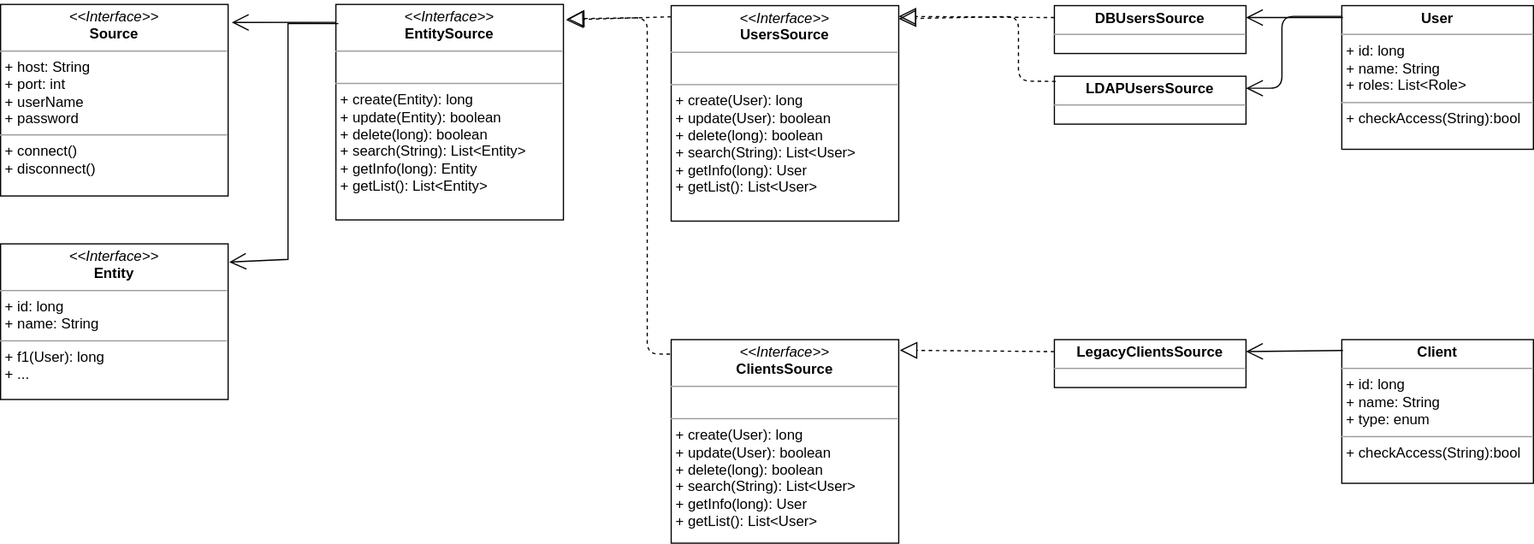
The draw.io diagram ClassDiagram.svg in LordOfPhys/project_x, before a commit. Source tidied: cells renumbered, new cells last; positions are measured from the earlier drawing's top-left corner, leaving out a move shared by most shapes.
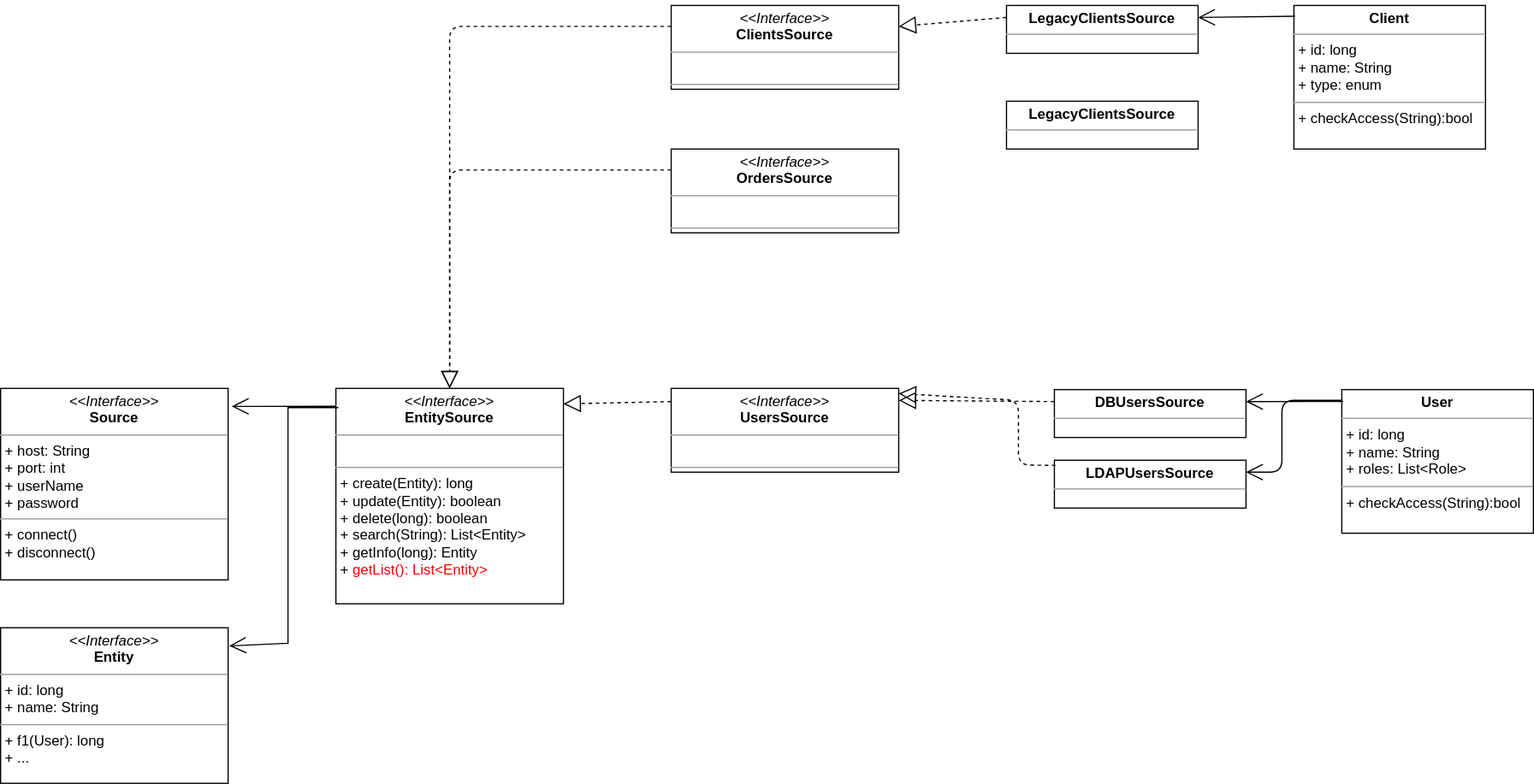
Above is the later version.

Diff of the diagram source:
```diff
@@ -2,8 +2,8 @@
   <root>
     <mxCell id="0" />
     <mxCell id="1" parent="0" />
-    <mxCell id="2" value="&lt;p style=&quot;margin: 0px ; margin-top: 4px ; text-align: center&quot;&gt;&lt;i&gt;&amp;lt;&amp;lt;Interface&amp;gt;&amp;gt;&lt;/i&gt;&lt;br&gt;&lt;b&gt;UsersSource&lt;/b&gt;&lt;/p&gt;&lt;hr size=&quot;1&quot;&gt;&lt;p style=&quot;margin: 0px ; margin-left: 4px&quot;&gt;&lt;br&gt;&lt;/p&gt;&lt;hr size=&quot;1&quot;&gt;&lt;p style=&quot;margin: 0px ; margin-left: 4px&quot;&gt;&lt;span&gt;+ create(User): long&lt;/span&gt;&lt;br&gt;&lt;/p&gt;&lt;p style=&quot;margin: 0px ; margin-left: 4px&quot;&gt;+ update(User): boolean&lt;/p&gt;&lt;p style=&quot;margin: 0px ; margin-left: 4px&quot;&gt;+ delete(long): boolean&lt;/p&gt;&lt;p style=&quot;margin: 0px ; margin-left: 4px&quot;&gt;+ search(String): List&amp;lt;User&amp;gt;&lt;/p&gt;&lt;p style=&quot;margin: 0px ; margin-left: 4px&quot;&gt;+ getInfo(long): User&lt;/p&gt;&lt;p style=&quot;margin: 0px ; margin-left: 4px&quot;&gt;+ getList(): List&amp;lt;User&amp;gt;&amp;nbsp;&lt;/p&gt;&lt;p style=&quot;margin: 0px ; margin-left: 4px&quot;&gt;&lt;br&gt;&lt;/p&gt;&lt;p style=&quot;margin: 0px ; margin-left: 4px&quot;&gt;&lt;br&gt;&lt;/p&gt;" style="verticalAlign=top;align=left;overflow=fill;fontSize=12;fontFamily=Helvetica;html=1;" parent="1" vertex="1">
-      <mxGeometry x="560" y="1" width="190" height="180" as="geometry" />
+    <mxCell id="2" value="&lt;p style=&quot;margin: 0px ; margin-top: 4px ; text-align: center&quot;&gt;&lt;i&gt;&amp;lt;&amp;lt;Interface&amp;gt;&amp;gt;&lt;/i&gt;&lt;br&gt;&lt;b&gt;UsersSource&lt;/b&gt;&lt;/p&gt;&lt;hr size=&quot;1&quot;&gt;&lt;p style=&quot;margin: 0px ; margin-left: 4px&quot;&gt;&lt;br&gt;&lt;/p&gt;&lt;hr size=&quot;1&quot;&gt;&lt;p style=&quot;margin: 0px ; margin-left: 4px&quot;&gt;&lt;br&gt;&lt;/p&gt;&lt;p style=&quot;margin: 0px ; margin-left: 4px&quot;&gt;&lt;br&gt;&lt;/p&gt;&lt;p style=&quot;margin: 0px ; margin-left: 4px&quot;&gt;&lt;br&gt;&lt;/p&gt;" style="verticalAlign=top;align=left;overflow=fill;fontSize=12;fontFamily=Helvetica;html=1;" parent="1" vertex="1">
+      <mxGeometry x="560" width="190" height="70" as="geometry" />
     </mxCell>
     <mxCell id="3" value="&lt;p style=&quot;margin: 0px ; margin-top: 4px ; text-align: center&quot;&gt;&lt;b&gt;DBUsersSource&lt;/b&gt;&lt;/p&gt;&lt;hr size=&quot;1&quot;&gt;&lt;p style=&quot;margin: 0px ; margin-left: 4px&quot;&gt;&lt;br&gt;&lt;/p&gt;&lt;p style=&quot;margin: 0px ; margin-left: 4px&quot;&gt;&lt;br&gt;&lt;/p&gt;&lt;p style=&quot;margin: 0px ; margin-left: 4px&quot;&gt;&lt;br&gt;&lt;/p&gt;&lt;p style=&quot;margin: 0px ; margin-left: 4px&quot;&gt;&lt;br&gt;&lt;/p&gt;&lt;p style=&quot;margin: 0px ; margin-left: 4px&quot;&gt;&lt;br&gt;&lt;/p&gt;&lt;hr size=&quot;1&quot;&gt;&lt;p style=&quot;margin: 0px ; margin-left: 4px&quot;&gt;&lt;br&gt;&lt;/p&gt;" style="verticalAlign=top;align=left;overflow=fill;fontSize=12;fontFamily=Helvetica;html=1;" parent="1" vertex="1">
       <mxGeometry x="880" y="1" width="160" height="40" as="geometry" />
@@ -27,23 +27,23 @@
     <mxCell id="7" value="&lt;p style=&quot;margin: 0px ; margin-top: 4px ; text-align: center&quot;&gt;&lt;i&gt;&amp;lt;&amp;lt;Interface&amp;gt;&amp;gt;&lt;/i&gt;&lt;br&gt;&lt;b&gt;Source&lt;/b&gt;&lt;/p&gt;&lt;hr size=&quot;1&quot;&gt;&lt;p style=&quot;margin: 0px 0px 0px 4px&quot;&gt;+ host: String&lt;br&gt;+ port: int&lt;/p&gt;&lt;p style=&quot;margin: 0px 0px 0px 4px&quot;&gt;+ userName&lt;/p&gt;&lt;p style=&quot;margin: 0px 0px 0px 4px&quot;&gt;+ password&lt;/p&gt;&lt;hr size=&quot;1&quot;&gt;&lt;p style=&quot;margin: 0px 0px 0px 4px&quot;&gt;+ connect()&lt;/p&gt;&lt;p style=&quot;margin: 0px 0px 0px 4px&quot;&gt;+ disconnect()&lt;/p&gt;&lt;div&gt;&lt;br&gt;&lt;/div&gt;" style="verticalAlign=top;align=left;overflow=fill;fontSize=12;fontFamily=Helvetica;html=1;" parent="1" vertex="1">
       <mxGeometry width="190" height="160" as="geometry" />
     </mxCell>
-    <mxCell id="8" style="endArrow=block;dashed=1;endFill=0;endSize=12;html=1;entryX=1.011;entryY=0.072;entryDx=0;entryDy=0;entryPerimeter=0;exitX=0;exitY=0.052;exitDx=0;exitDy=0;exitPerimeter=0;" parent="1" edge="1" source="2" target="18">
+    <mxCell id="8" style="endArrow=block;dashed=1;endFill=0;endSize=12;html=1;entryX=1;entryY=0.072;entryDx=0;entryDy=0;entryPerimeter=0;exitX=0;exitY=0.157;exitDx=0;exitDy=0;exitPerimeter=0;" parent="1" edge="1" source="2" target="18">
       <mxGeometry relative="1" as="geometry" />
     </mxCell>
-    <mxCell id="9" value="&lt;p style=&quot;margin: 0px ; margin-top: 4px ; text-align: center&quot;&gt;&lt;i&gt;&amp;lt;&amp;lt;Interface&amp;gt;&amp;gt;&lt;/i&gt;&lt;br&gt;&lt;b&gt;ClientsSource&lt;/b&gt;&lt;/p&gt;&lt;hr size=&quot;1&quot;&gt;&lt;p style=&quot;margin: 0px ; margin-left: 4px&quot;&gt;&lt;br&gt;&lt;/p&gt;&lt;hr size=&quot;1&quot;&gt;&lt;p style=&quot;margin: 0px ; margin-left: 4px&quot;&gt;&lt;span&gt;+ create(User): long&lt;/span&gt;&lt;br&gt;&lt;/p&gt;&lt;p style=&quot;margin: 0px ; margin-left: 4px&quot;&gt;+ update(User): boolean&lt;/p&gt;&lt;p style=&quot;margin: 0px ; margin-left: 4px&quot;&gt;+ delete(long): boolean&lt;/p&gt;&lt;p style=&quot;margin: 0px ; margin-left: 4px&quot;&gt;+ search(String): List&amp;lt;User&amp;gt;&lt;/p&gt;&lt;p style=&quot;margin: 0px ; margin-left: 4px&quot;&gt;+ getInfo(long): User&lt;/p&gt;&lt;p style=&quot;margin: 0px ; margin-left: 4px&quot;&gt;+ getList(): List&amp;lt;User&amp;gt;&amp;nbsp;&lt;/p&gt;&lt;p style=&quot;margin: 0px ; margin-left: 4px&quot;&gt;&lt;br&gt;&lt;/p&gt;&lt;p style=&quot;margin: 0px ; margin-left: 4px&quot;&gt;&lt;br&gt;&lt;/p&gt;" style="verticalAlign=top;align=left;overflow=fill;fontSize=12;fontFamily=Helvetica;html=1;" parent="1" vertex="1">
-      <mxGeometry x="560" y="280" width="190" height="170" as="geometry" />
+    <mxCell id="9" value="&lt;p style=&quot;margin: 0px ; margin-top: 4px ; text-align: center&quot;&gt;&lt;i&gt;&amp;lt;&amp;lt;Interface&amp;gt;&amp;gt;&lt;/i&gt;&lt;br&gt;&lt;b&gt;ClientsSource&lt;/b&gt;&lt;/p&gt;&lt;hr size=&quot;1&quot;&gt;&lt;p style=&quot;margin: 0px ; margin-left: 4px&quot;&gt;&lt;br&gt;&lt;/p&gt;&lt;hr size=&quot;1&quot;&gt;&lt;p style=&quot;margin: 0px ; margin-left: 4px&quot;&gt;&lt;br&gt;&lt;/p&gt;&lt;p style=&quot;margin: 0px ; margin-left: 4px&quot;&gt;&lt;br&gt;&lt;/p&gt;&lt;p style=&quot;margin: 0px ; margin-left: 4px&quot;&gt;&lt;br&gt;&lt;/p&gt;" style="verticalAlign=top;align=left;overflow=fill;fontSize=12;fontFamily=Helvetica;html=1;" parent="1" vertex="1">
+      <mxGeometry x="560" y="-320" width="190" height="70" as="geometry" />
     </mxCell>
     <mxCell id="10" value="&lt;p style=&quot;margin: 0px ; margin-top: 4px ; text-align: center&quot;&gt;&lt;b&gt;LegacyClientsSource&lt;/b&gt;&lt;/p&gt;&lt;hr size=&quot;1&quot;&gt;&lt;p style=&quot;margin: 0px ; margin-left: 4px&quot;&gt;&lt;br&gt;&lt;/p&gt;&lt;p style=&quot;margin: 0px ; margin-left: 4px&quot;&gt;&lt;br&gt;&lt;/p&gt;&lt;p style=&quot;margin: 0px ; margin-left: 4px&quot;&gt;&lt;br&gt;&lt;/p&gt;&lt;p style=&quot;margin: 0px ; margin-left: 4px&quot;&gt;&lt;br&gt;&lt;/p&gt;&lt;p style=&quot;margin: 0px ; margin-left: 4px&quot;&gt;&lt;br&gt;&lt;/p&gt;&lt;hr size=&quot;1&quot;&gt;&lt;p style=&quot;margin: 0px ; margin-left: 4px&quot;&gt;&lt;br&gt;&lt;/p&gt;" style="verticalAlign=top;align=left;overflow=fill;fontSize=12;fontFamily=Helvetica;html=1;" parent="1" vertex="1">
-      <mxGeometry x="880" y="280" width="160" height="40" as="geometry" />
+      <mxGeometry x="840" y="-320" width="160" height="40" as="geometry" />
     </mxCell>
-    <mxCell id="11" style="endArrow=block;dashed=1;endFill=0;endSize=12;html=1;entryX=1.005;entryY=0.052;entryDx=0;entryDy=0;entryPerimeter=0;exitX=0;exitY=0.25;exitDx=0;exitDy=0;" parent="1" edge="1" source="10" target="9">
+    <mxCell id="11" style="endArrow=block;dashed=1;endFill=0;endSize=12;html=1;entryX=1;entryY=0.25;entryDx=0;entryDy=0;exitX=0;exitY=0.25;exitDx=0;exitDy=0;" parent="1" edge="1" source="10" target="9">
       <mxGeometry relative="1" as="geometry" />
     </mxCell>
     <mxCell id="12" value="&lt;p style=&quot;margin: 0px ; margin-top: 4px ; text-align: center&quot;&gt;&lt;b&gt;User&lt;/b&gt;&lt;/p&gt;&lt;hr size=&quot;1&quot;&gt;&lt;p style=&quot;margin: 0px ; margin-left: 4px&quot;&gt;+ id: long&lt;/p&gt;&lt;p style=&quot;margin: 0px ; margin-left: 4px&quot;&gt;+ name: String&lt;/p&gt;&lt;p style=&quot;margin: 0px ; margin-left: 4px&quot;&gt;+ roles: List&amp;lt;Role&amp;gt;&lt;/p&gt;&lt;hr size=&quot;1&quot;&gt;&lt;p style=&quot;margin: 0px ; margin-left: 4px&quot;&gt;+ checkAccess(String):bool&lt;/p&gt;" style="verticalAlign=top;align=left;overflow=fill;fontSize=12;fontFamily=Helvetica;html=1;" parent="1" vertex="1">
       <mxGeometry x="1120" y="1" width="160" height="120" as="geometry" />
     </mxCell>
     <mxCell id="13" value="&lt;p style=&quot;margin: 0px ; margin-top: 4px ; text-align: center&quot;&gt;&lt;b&gt;Client&lt;/b&gt;&lt;/p&gt;&lt;hr size=&quot;1&quot;&gt;&lt;p style=&quot;margin: 0px ; margin-left: 4px&quot;&gt;+ id: long&lt;/p&gt;&lt;p style=&quot;margin: 0px ; margin-left: 4px&quot;&gt;+ name: String&lt;/p&gt;&lt;p style=&quot;margin: 0px ; margin-left: 4px&quot;&gt;+ type: enum&lt;/p&gt;&lt;hr size=&quot;1&quot;&gt;&lt;p style=&quot;margin: 0px ; margin-left: 4px&quot;&gt;+ checkAccess(String):bool&lt;/p&gt;" style="verticalAlign=top;align=left;overflow=fill;fontSize=12;fontFamily=Helvetica;html=1;" parent="1" vertex="1">
-      <mxGeometry x="1120" y="280" width="160" height="120" as="geometry" />
+      <mxGeometry x="1080" y="-320" width="160" height="120" as="geometry" />
     </mxCell>
     <mxCell id="14" style="endArrow=open;endFill=1;endSize=12;html=1;exitX=0.006;exitY=0.075;exitDx=0;exitDy=0;exitPerimeter=0;entryX=1;entryY=0.25;entryDx=0;entryDy=0;" parent="1" edge="1" source="13" target="10">
       <mxGeometry relative="1" as="geometry" />
@@ -60,15 +60,10 @@
         </Array>
       </mxGeometry>
     </mxCell>
-    <mxCell id="17" style="endArrow=block;dashed=1;endFill=0;endSize=12;html=1;exitX=-0.005;exitY=0.071;exitDx=0;exitDy=0;exitPerimeter=0;entryX=1.016;entryY=0.067;entryDx=0;entryDy=0;entryPerimeter=0;" parent="1" edge="1" source="9" target="18">
-      <mxGeometry relative="1" as="geometry">
-        <Array as="points">
-          <mxPoint x="540" y="292" />
-          <mxPoint x="540" y="11" />
-        </Array>
-      </mxGeometry>
+    <mxCell id="17" style="endArrow=block;dashed=1;endFill=0;endSize=12;html=1;exitX=0;exitY=0.25;exitDx=0;exitDy=0;entryX=0.5;entryY=0;entryDx=0;entryDy=0;edgeStyle=orthogonalEdgeStyle;" parent="1" edge="1" source="9" target="18">
+      <mxGeometry relative="1" as="geometry" />
     </mxCell>
-    <mxCell id="18" value="&lt;p style=&quot;margin: 0px ; margin-top: 4px ; text-align: center&quot;&gt;&lt;i&gt;&amp;lt;&amp;lt;Interface&amp;gt;&amp;gt;&lt;/i&gt;&lt;br&gt;&lt;b&gt;EntitySource&lt;/b&gt;&lt;/p&gt;&lt;hr size=&quot;1&quot;&gt;&lt;p style=&quot;margin: 0px ; margin-left: 4px&quot;&gt;&lt;br&gt;&lt;/p&gt;&lt;hr size=&quot;1&quot;&gt;&lt;p style=&quot;margin: 0px ; margin-left: 4px&quot;&gt;&lt;span&gt;+ create(Entity): long&lt;/span&gt;&lt;br&gt;&lt;/p&gt;&lt;p style=&quot;margin: 0px ; margin-left: 4px&quot;&gt;+ update(Entity): boolean&lt;/p&gt;&lt;p style=&quot;margin: 0px ; margin-left: 4px&quot;&gt;+ delete(long): boolean&lt;/p&gt;&lt;p style=&quot;margin: 0px ; margin-left: 4px&quot;&gt;+ search(String): List&amp;lt;Entity&amp;gt;&lt;/p&gt;&lt;p style=&quot;margin: 0px ; margin-left: 4px&quot;&gt;+ getInfo(long): Entity&lt;/p&gt;&lt;p style=&quot;margin: 0px ; margin-left: 4px&quot;&gt;+ getList(): List&amp;lt;Entity&amp;gt;&amp;nbsp;&lt;/p&gt;&lt;p style=&quot;margin: 0px ; margin-left: 4px&quot;&gt;&lt;br&gt;&lt;/p&gt;&lt;p style=&quot;margin: 0px ; margin-left: 4px&quot;&gt;&lt;br&gt;&lt;/p&gt;" style="verticalAlign=top;align=left;overflow=fill;fontSize=12;fontFamily=Helvetica;html=1;" parent="1" vertex="1">
+    <mxCell id="18" value="&lt;p style=&quot;margin: 0px ; margin-top: 4px ; text-align: center&quot;&gt;&lt;i&gt;&amp;lt;&amp;lt;Interface&amp;gt;&amp;gt;&lt;/i&gt;&lt;br&gt;&lt;b&gt;EntitySource&lt;/b&gt;&lt;/p&gt;&lt;hr size=&quot;1&quot;&gt;&lt;p style=&quot;margin: 0px ; margin-left: 4px&quot;&gt;&lt;br&gt;&lt;/p&gt;&lt;hr size=&quot;1&quot;&gt;&lt;p style=&quot;margin: 0px ; margin-left: 4px&quot;&gt;&lt;span&gt;+ create(Entity): long&lt;/span&gt;&lt;br&gt;&lt;/p&gt;&lt;p style=&quot;margin: 0px ; margin-left: 4px&quot;&gt;+ update(Entity): boolean&lt;/p&gt;&lt;p style=&quot;margin: 0px ; margin-left: 4px&quot;&gt;+ delete(long): boolean&lt;/p&gt;&lt;p style=&quot;margin: 0px ; margin-left: 4px&quot;&gt;+ search(String): List&amp;lt;Entity&amp;gt;&lt;/p&gt;&lt;p style=&quot;margin: 0px ; margin-left: 4px&quot;&gt;+ getInfo(long): Entity&lt;/p&gt;&lt;p style=&quot;margin: 0px ; margin-left: 4px&quot;&gt;+&lt;font color=&quot;#ff0000&quot;&gt; getList(): List&amp;lt;Entity&amp;gt;&amp;nbsp;&lt;/font&gt;&lt;/p&gt;&lt;p style=&quot;margin: 0px ; margin-left: 4px&quot;&gt;&lt;br&gt;&lt;/p&gt;&lt;p style=&quot;margin: 0px ; margin-left: 4px&quot;&gt;&lt;br&gt;&lt;/p&gt;" style="verticalAlign=top;align=left;overflow=fill;fontSize=12;fontFamily=Helvetica;html=1;" parent="1" vertex="1">
       <mxGeometry x="280" width="190" height="180" as="geometry" />
     </mxCell>
     <mxCell id="19" value="&lt;p style=&quot;margin: 0px ; margin-top: 4px ; text-align: center&quot;&gt;&lt;i&gt;&amp;lt;&amp;lt;Interface&amp;gt;&amp;gt;&lt;/i&gt;&lt;br&gt;&lt;b&gt;Entity&lt;/b&gt;&lt;/p&gt;&lt;hr size=&quot;1&quot;&gt;&lt;p style=&quot;margin: 0px ; margin-left: 4px&quot;&gt;+ id: long&lt;/p&gt;&lt;p style=&quot;margin: 0px ; margin-left: 4px&quot;&gt;+ name: String&lt;/p&gt;&lt;hr size=&quot;1&quot;&gt;&lt;p style=&quot;margin: 0px ; margin-left: 4px&quot;&gt;&lt;span&gt;+ f1(User): long&lt;/span&gt;&lt;br&gt;&lt;/p&gt;&lt;p style=&quot;margin: 0px ; margin-left: 4px&quot;&gt;+ ...&lt;/p&gt;&lt;p style=&quot;margin: 0px ; margin-left: 4px&quot;&gt;&lt;br&gt;&lt;/p&gt;&lt;p style=&quot;margin: 0px ; margin-left: 4px&quot;&gt;&lt;br&gt;&lt;/p&gt;" style="verticalAlign=top;align=left;overflow=fill;fontSize=12;fontFamily=Helvetica;html=1;" parent="1" vertex="1">
@@ -85,5 +80,14 @@
         </Array>
       </mxGeometry>
     </mxCell>
+    <mxCell id="22" value="&lt;p style=&quot;margin: 0px ; margin-top: 4px ; text-align: center&quot;&gt;&lt;b&gt;LegacyClientsSource&lt;/b&gt;&lt;/p&gt;&lt;hr size=&quot;1&quot;&gt;&lt;p style=&quot;margin: 0px ; margin-left: 4px&quot;&gt;&lt;br&gt;&lt;/p&gt;&lt;p style=&quot;margin: 0px ; margin-left: 4px&quot;&gt;&lt;br&gt;&lt;/p&gt;&lt;p style=&quot;margin: 0px ; margin-left: 4px&quot;&gt;&lt;br&gt;&lt;/p&gt;&lt;p style=&quot;margin: 0px ; margin-left: 4px&quot;&gt;&lt;br&gt;&lt;/p&gt;&lt;p style=&quot;margin: 0px ; margin-left: 4px&quot;&gt;&lt;br&gt;&lt;/p&gt;&lt;hr size=&quot;1&quot;&gt;&lt;p style=&quot;margin: 0px ; margin-left: 4px&quot;&gt;&lt;br&gt;&lt;/p&gt;" style="verticalAlign=top;align=left;overflow=fill;fontSize=12;fontFamily=Helvetica;html=1;" parent="1" vertex="1">
+      <mxGeometry x="840" y="-240" width="160" height="40" as="geometry" />
+    </mxCell>
+    <mxCell id="23" value="&lt;p style=&quot;margin: 0px ; margin-top: 4px ; text-align: center&quot;&gt;&lt;i&gt;&amp;lt;&amp;lt;Interface&amp;gt;&amp;gt;&lt;/i&gt;&lt;br&gt;&lt;b&gt;OrdersSource&lt;/b&gt;&lt;/p&gt;&lt;hr size=&quot;1&quot;&gt;&lt;p style=&quot;margin: 0px ; margin-left: 4px&quot;&gt;&lt;br&gt;&lt;/p&gt;&lt;hr size=&quot;1&quot;&gt;&lt;p style=&quot;margin: 0px ; margin-left: 4px&quot;&gt;&lt;br&gt;&lt;/p&gt;&lt;p style=&quot;margin: 0px ; margin-left: 4px&quot;&gt;&lt;br&gt;&lt;/p&gt;&lt;p style=&quot;margin: 0px ; margin-left: 4px&quot;&gt;&lt;br&gt;&lt;/p&gt;" style="verticalAlign=top;align=left;overflow=fill;fontSize=12;fontFamily=Helvetica;html=1;" parent="1" vertex="1">
+      <mxGeometry x="560" y="-200" width="190" height="70" as="geometry" />
+    </mxCell>
+    <mxCell id="24" style="endArrow=block;dashed=1;endFill=0;endSize=12;html=1;exitX=0;exitY=0.25;exitDx=0;exitDy=0;entryX=0.5;entryY=0;entryDx=0;entryDy=0;edgeStyle=orthogonalEdgeStyle;" parent="1" edge="1" source="23" target="18">
+      <mxGeometry relative="1" as="geometry" />
+    </mxCell>
   </root>
 </mxGraphModel>
```
